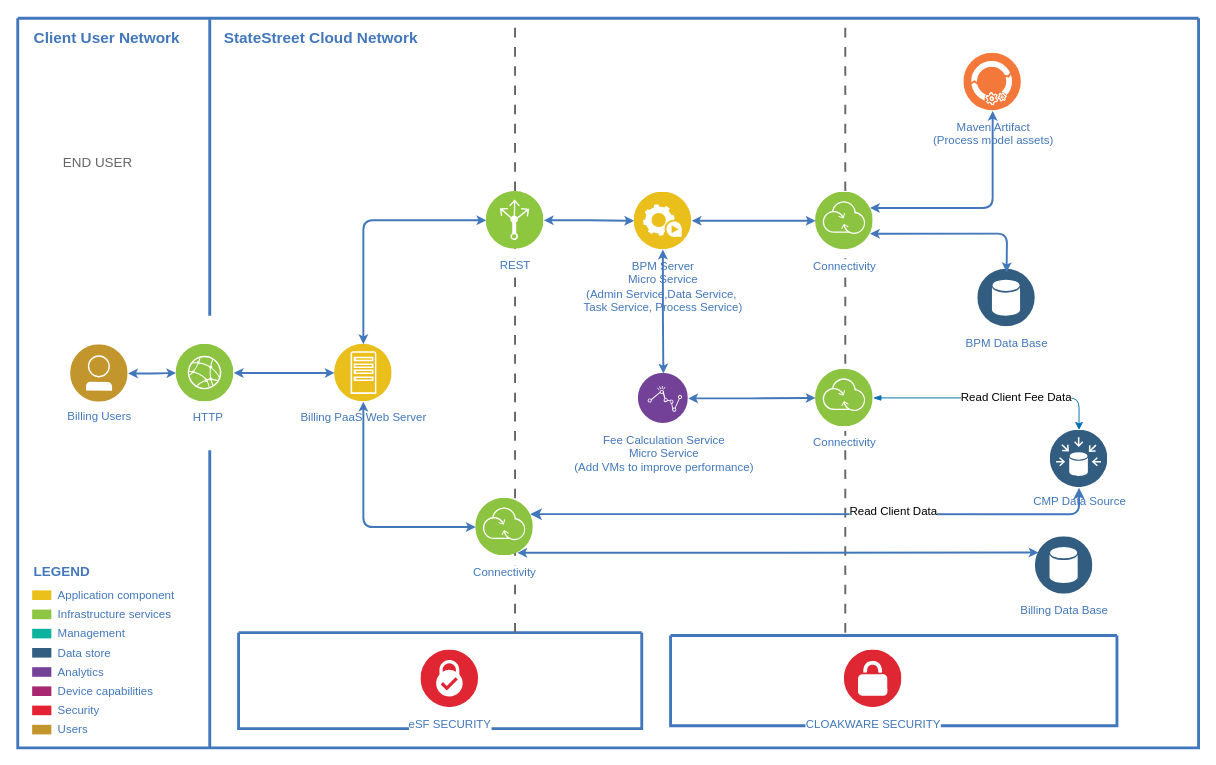
meadlai/java8 keeps this draw.io diagram as code/Untitled Diagram.drawio. Above is the earlier version. Source tidied: cells renumbered, new cells numbered last; positions are measured from the earlier drawing's top-left corner, leaving out a move shared by most shapes. Both pictures are drawn from the tidied source at 96%, with x=0, y=0 at pixel (17, 17).
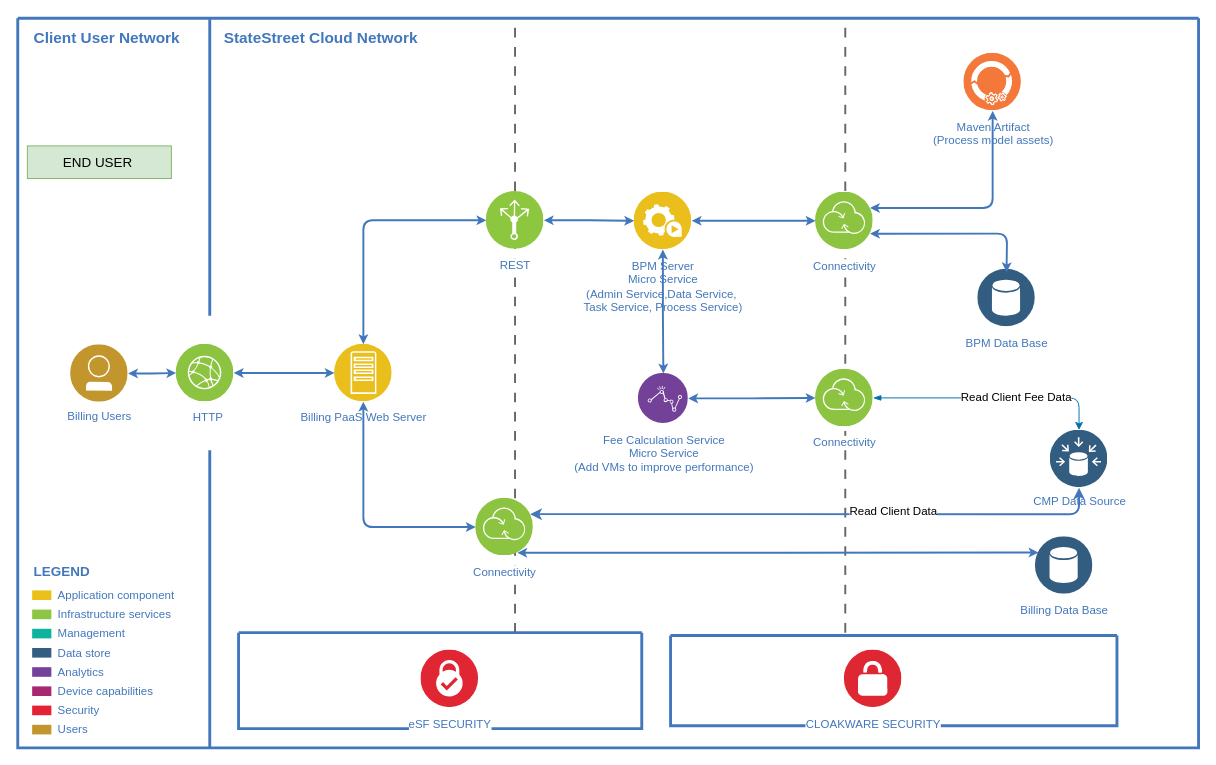
Above is the later version.

Unchanged cells that the change refers to:
```xml
<mxCell id="2" style="swimlane;shadow=0;strokeColor=#4277BB;fillColor=#ffffff;fontColor=none;align=right;startSize=0;noLabel=1;strokeWidth=3;" parent="1" vertex="1">
  <mxGeometry y="0.5" width="1230" height="760" as="geometry" />
</mxCell>
```

Change to the diagram source:
```diff
@@
-    <mxCell id="25" value="END USER&amp;nbsp;" style="text;html=1;align=center;verticalAlign=middle;fontColor=#666666;shadow=0;dashed=0;strokeColor=none;fillColor=none;labelBackgroundColor=none;fontStyle=0;fontSize=14;spacingLeft=0;" parent="2" vertex="1">
+    <mxCell id="25" value="END USER&amp;nbsp;" style="text;html=1;align=center;verticalAlign=middle;shadow=0;dashed=0;strokeColor=#82b366;fillColor=#d5e8d4;labelBackgroundColor=none;fontStyle=0;fontSize=14;spacingLeft=0;" parent="2" vertex="1">
       <mxGeometry x="10" y="133" width="150" height="34" as="geometry" />
     </mxCell>
```
